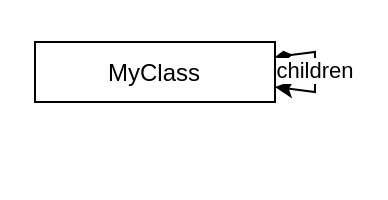
Above: my-ecore.drawio in Nasdanika-Templates/ecore-doc (draw.io), before the change. Source tidied: cells renumbered, new cells numbered last; positions are measured from the earlier drawing's top-left corner, leaving out a move shared by most shapes. Both pictures are drawn from the tidied source at 200%, with x=0, y=0 at pixel (34, 40).
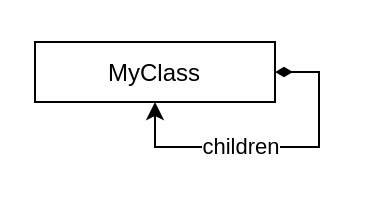
The same page after the edit.

Commit message (it also covers changes not shown here):
Update site generation workflow and documentation; add my-ecore.drawio and update .gitignore

The edit, as a diff of the source:
```diff
@@
 <mxGraphModel>
   <root>
     <mxCell id="0" />
     <mxCell id="1" parent="0" />
     <mxCell id="2" value="MyClass" parent="1" vertex="1">
       <mxGeometry y="0.5" width="120" height="30" as="geometry" />
     </mxCell>
-    <mxCell id="3" value="children" style="rounded=0;orthogonalLoop=1;jettySize=1;html=1;startArrow=diamondThin;startFill=1;" parent="1" edge="1" source="2" target="2">
-      <mxGeometry relative="1" as="geometry" />
+    <mxCell id="3" value="children" style="rounded=0;orthogonalLoop=1;jettySize=1;html=1;startArrow=diamondThin;startFill=1;edgeStyle=orthogonalEdgeStyle;entryX=0.5;entryY=1;entryDx=0;entryDy=0;exitX=1;exitY=0.5;exitDx=0;exitDy=0;" parent="1" edge="1" source="2" target="2">
+      <mxGeometry x="0.21" relative="1" as="geometry">
+        <Array as="points">
+          <mxPoint x="142" y="16" />
+          <mxPoint x="142" y="53" />
+          <mxPoint x="60" y="53" />
+        </Array>
+      </mxGeometry>
     </mxCell>
   </root>
 </mxGraphModel>
```
